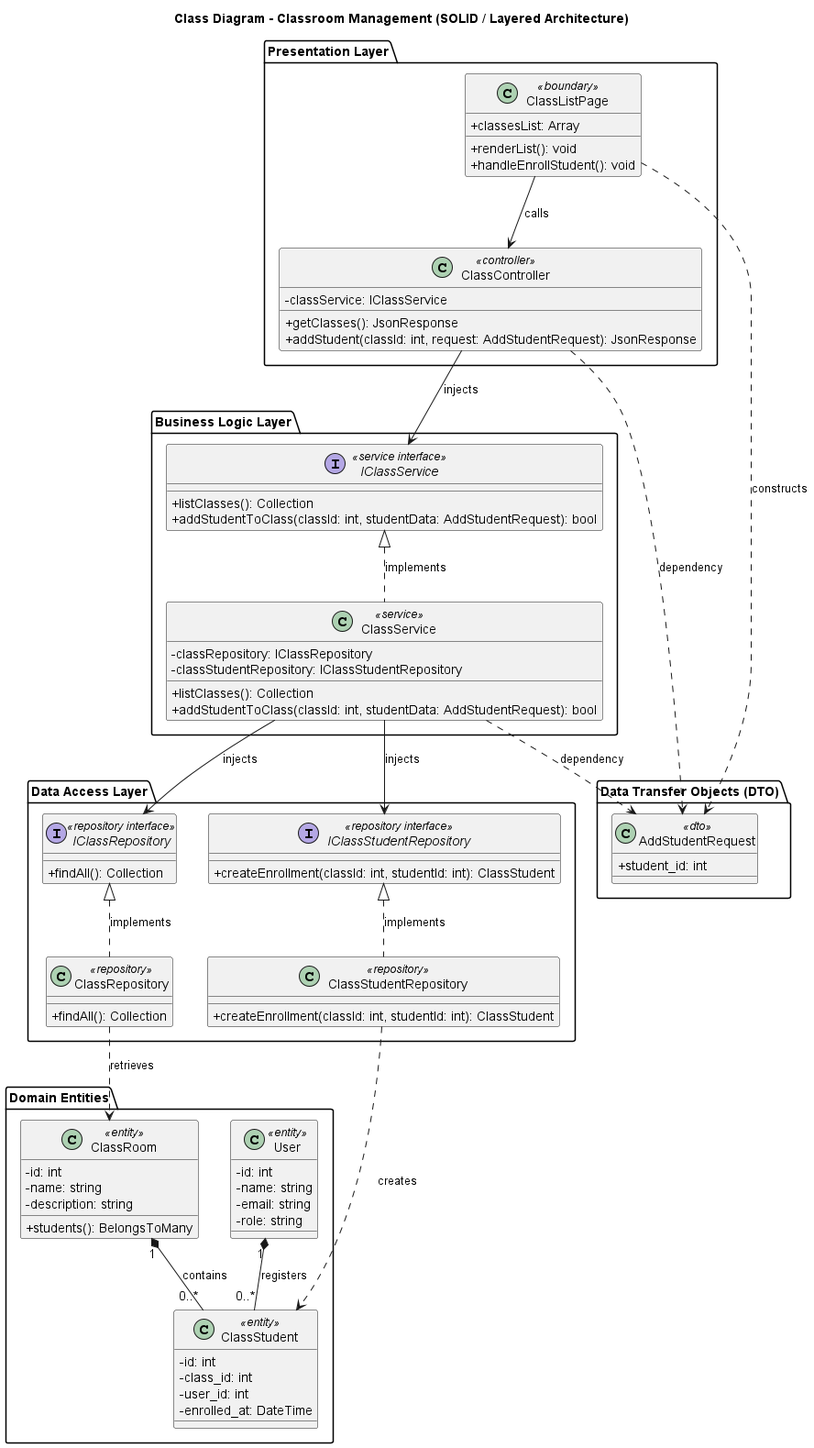
Earlier version of the PlantUML export out/resources/uml không màu/class_system/classroom_management_class_diagram.png (Faythpromax/E-Learning).
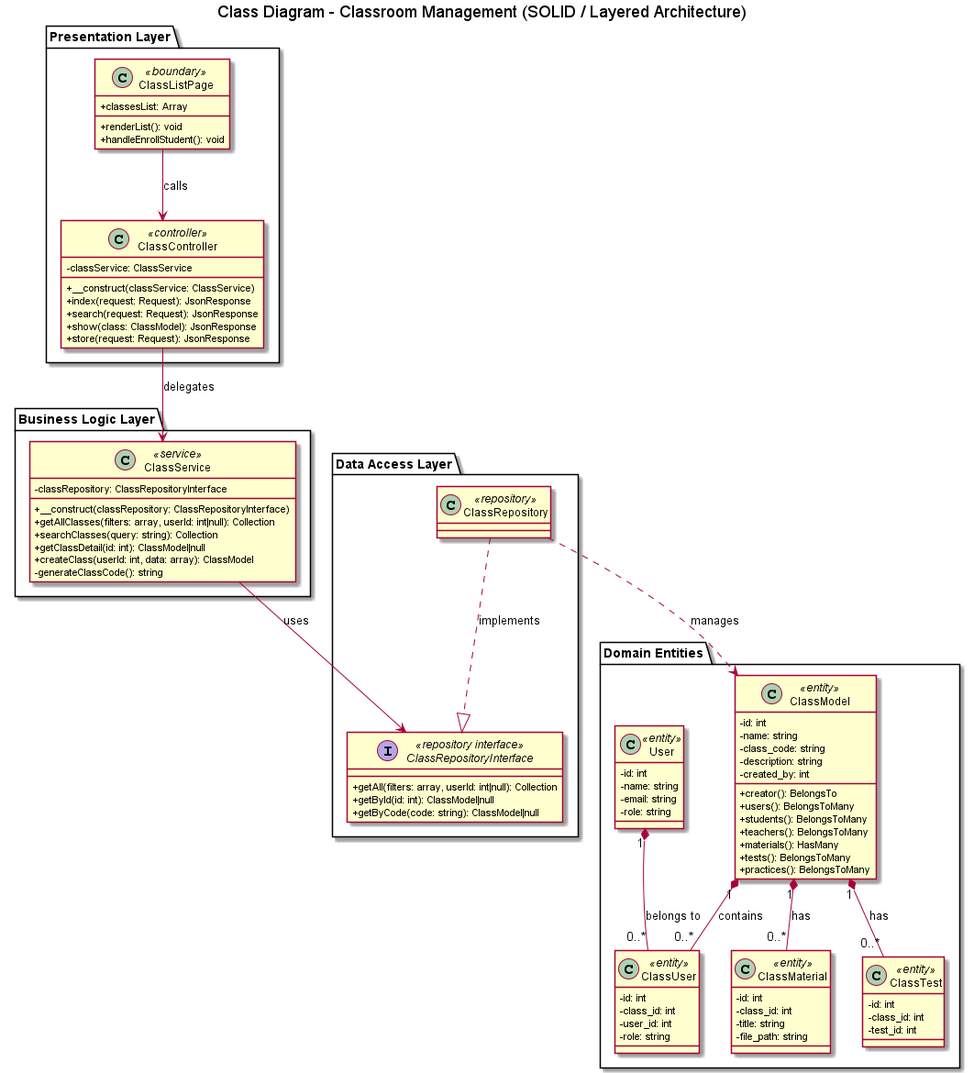
After the change.

What changed in the source:
```diff
@@ -12,56 +12,52 @@
     }
 
     class ClassController <<controller>> {
-        -classService: IClassService
-        +getClasses(): JsonResponse
-        +addStudent(classId: int, request: AddStudentRequest): JsonResponse
+        -classService: ClassService
+        +__construct(classService: ClassService)
+        +index(request: Request): JsonResponse
+        +search(request: Request): JsonResponse
+        +show(class: ClassModel): JsonResponse
+        +store(request: Request): JsonResponse
     }
 }
 
 package "Business Logic Layer" {
-    interface IClassService <<service interface>> {
-        +listClasses(): Collection
-        +addStudentToClass(classId: int, studentData: AddStudentRequest): bool
-    }
-
     class ClassService <<service>> {
-        -classRepository: IClassRepository
-        -classStudentRepository: IClassStudentRepository
-        +listClasses(): Collection
-        +addStudentToClass(classId: int, studentData: AddStudentRequest): bool
+        -classRepository: ClassRepositoryInterface
+        +__construct(classRepository: ClassRepositoryInterface)
+        +getAllClasses(filters: array, userId: int|null): Collection
+        +searchClasses(query: string): Collection
+        +getClassDetail(id: int): ClassModel|null
+        +createClass(userId: int, data: array): ClassModel
+        -generateClassCode(): string
     }
 }
 
 package "Data Access Layer" {
-    interface IClassRepository <<repository interface>> {
-        +findAll(): Collection
+    interface ClassRepositoryInterface <<repository interface>> {
+        +getAll(filters: array, userId: int|null): Collection
+        +getById(id: int): ClassModel|null
+        +getByCode(code: string): ClassModel|null
     }
 
     class ClassRepository <<repository>> {
-        +findAll(): Collection
-    }
-
-    interface IClassStudentRepository <<repository interface>> {
-        +createEnrollment(classId: int, studentId: int): ClassStudent
-    }
-
-    class ClassStudentRepository <<repository>> {
-        +createEnrollment(classId: int, studentId: int): ClassStudent
-    }
-}
-
-package "Data Transfer Objects (DTO)" {
-    class AddStudentRequest <<dto>> {
-        +student_id: int
     }
 }
 
 package "Domain Entities" {
-    class ClassRoom <<entity>> {
+    class ClassModel <<entity>> {
         -id: int
         -name: string
+        -class_code: string
         -description: string
+        -created_by: int
+        +creator(): BelongsTo
+        +users(): BelongsToMany
         +students(): BelongsToMany
+        +teachers(): BelongsToMany
+        +materials(): HasMany
+        +tests(): BelongsToMany
+        +practices(): BelongsToMany
     }
 
     class User <<entity>> {
@@ -71,33 +67,40 @@
         -role: string
     }
 
-    class ClassStudent <<entity>> {
+    class ClassUser <<entity>> {
         -id: int
         -class_id: int
         -user_id: int
-        -enrolled_at: DateTime
+        -role: string
+    }
+
+    class ClassMaterial <<entity>> {
+        -id: int
+        -class_id: int
+        -title: string
+        -file_path: string
+    }
+
+    class ClassTest <<entity>> {
+        -id: int
+        -class_id: int
+        -test_id: int
     }
 }
 
 
-ClassListPage ..> AddStudentRequest : constructs
 ClassListPage --> ClassController : calls
 
-ClassController --> IClassService : injects
-ClassController ..> AddStudentRequest : dependency
+ClassController --> ClassService : delegates
 
-ClassService .up.|> IClassService : implements
-ClassService --> IClassRepository : injects
-ClassService --> IClassStudentRepository : injects
-ClassService ..> AddStudentRequest : dependency
+ClassService --> ClassRepositoryInterface : uses
+ClassRepository ..|> ClassRepositoryInterface : implements
 
-ClassRepository .up.|> IClassRepository : implements
-ClassStudentRepository .up.|> IClassStudentRepository : implements
+ClassRepository ..> ClassModel : manages
 
-ClassRepository ..> ClassRoom : retrieves
-ClassStudentRepository ..> ClassStudent : creates
-
-ClassRoom "1" *-- "0..*" ClassStudent : contains
-User "1" *-- "0..*" ClassStudent : registers
+ClassModel "1" *-- "0..*" ClassUser : contains
+ClassModel "1" *-- "0..*" ClassMaterial : has
+ClassModel "1" *-- "0..*" ClassTest : has
+User "1" *-- "0..*" ClassUser : belongs to
 
 @enduml
```
